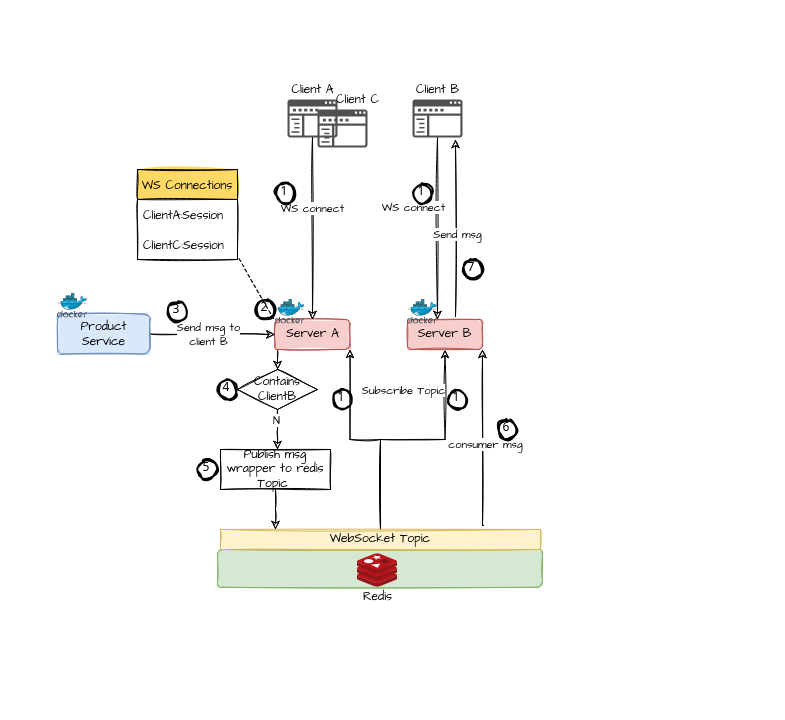
Before: page "Page-4" (4 of 6) of MSP.drawio in yindongjun/gangzhang.github.io, a draw.io diagram. Source tidied: cells renumbered, new cells numbered last; positions are measured from the earlier drawing's top-left corner, leaving out a move shared by most shapes. Both pictures are drawn from the tidied source at 100%, with x=0, y=0 at pixel (57, 79).
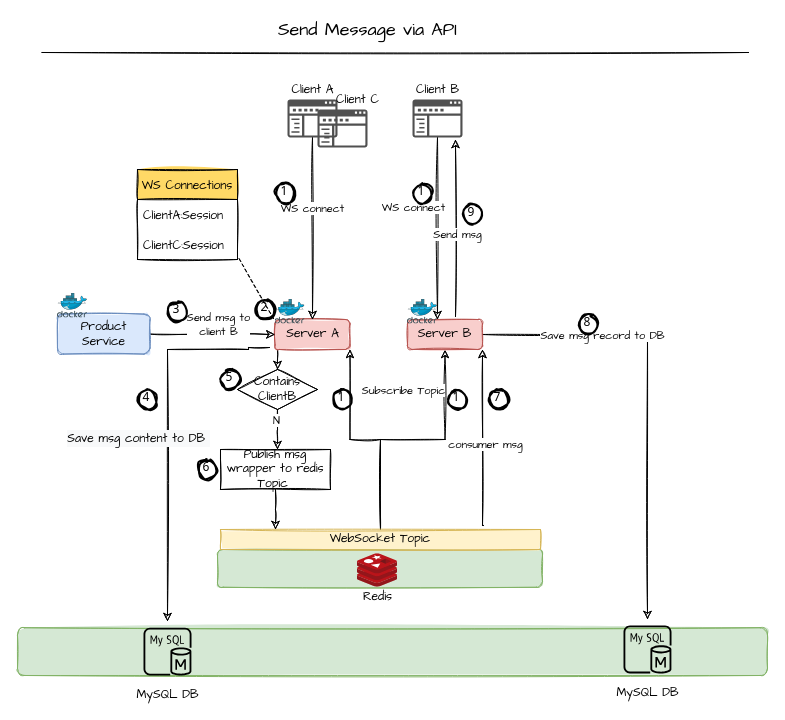
Above is the later version.

The change refers to these unchanged cells:
```xml
<mxCell id="7" value="Server A" style="rounded=1;whiteSpace=wrap;html=1;sketch=1;fontFamily=Comic Sans MS;fillColor=#f8cecc;strokeColor=#b85450;fillStyle=solid;" parent="1" vertex="1">
  <mxGeometry x="217.5" y="240" width="75" height="30" as="geometry" />
</mxCell>
<mxCell id="19" value="Server B" style="rounded=1;whiteSpace=wrap;html=1;sketch=1;fontFamily=Comic Sans MS;fillColor=#f8cecc;strokeColor=#b85450;fillStyle=solid;" parent="1" vertex="1">
  <mxGeometry x="350" y="240" width="75" height="30" as="geometry" />
</mxCell>
<mxCell id="21" style="edgeStyle=orthogonalEdgeStyle;rounded=0;sketch=1;jettySize=auto;html=1;fontFamily=Comic Sans MS;entryX=0;entryY=0.5;entryDx=0;entryDy=0;" parent="1" edge="1" source="23" target="7">
  <mxGeometry relative="1" as="geometry" />
</mxCell>
```

Change to the diagram source:
```diff
@@
+    <mxCell id="51" style="rounded=1;whiteSpace=wrap;html=1;sketch=1;fontFamily=Comic Sans MS;fillColor=#d5e8d4;strokeColor=#82b366;fillStyle=solid;" parent="1" vertex="1">
+      <mxGeometry x="-40" y="548.2" width="750" height="47.8" as="geometry" />
+    </mxCell>
@@
+    <mxCell id="52" style="edgeStyle=orthogonalEdgeStyle;rounded=0;sketch=1;jettySize=auto;html=1;fontFamily=Comic Sans MS;fontSize=18;strokeColor=#000000;exitX=-0.073;exitY=0.933;exitDx=0;exitDy=0;exitPerimeter=0;" parent="1" edge="1" source="7" target="58">
+      <mxGeometry relative="1" as="geometry">
+        <Array as="points">
+          <mxPoint x="191" y="268" />
+          <mxPoint x="191" y="270" />
+          <mxPoint x="110" y="270" />
+        </Array>
+      </mxGeometry>
+    </mxCell>
+    <mxCell id="53" value="&lt;span style=&quot;background-color: rgb(248, 249, 250);&quot;&gt;Save msg content to DB&amp;nbsp;&lt;/span&gt;" style="edgeLabel;html=1;align=center;verticalAlign=middle;fontSize=12;fontFamily=Comic Sans MS;" parent="52" vertex="1">
+      <mxGeometry x="0.01" y="-4" relative="1" as="geometry">
+        <mxPoint x="-26" y="4" as="offset" />
+      </mxGeometry>
+    </mxCell>
@@
+    <mxCell id="54" style="edgeStyle=orthogonalEdgeStyle;rounded=0;sketch=1;jettySize=auto;html=1;fontFamily=Comic Sans MS;strokeColor=#000000;" parent="1" edge="1" source="19" target="56">
+      <mxGeometry relative="1" as="geometry" />
+    </mxCell>
+    <mxCell id="55" value="Save msg record to DB" style="edgeLabel;html=1;align=center;verticalAlign=middle;fontFamily=Comic Sans MS;" parent="54" vertex="1">
+      <mxGeometry x="-0.49" y="-1" relative="1" as="geometry">
+        <mxPoint x="4" y="-1" as="offset" />
+      </mxGeometry>
+    </mxCell>
@@
     <mxCell id="22" value="Send msg to &lt;br&gt;client B" style="edgeLabel;html=1;align=center;verticalAlign=middle;fontFamily=Comic Sans MS;" parent="21" vertex="1">
       <mxGeometry x="-0.42" y="2" relative="1" as="geometry">
-        <mxPoint x="22" y="2" as="offset" />
+        <mxPoint x="32" y="-8" as="offset" />
       </mxGeometry>
     </mxCell>
@@
     <mxCell id="47" value="4" style="ellipse;whiteSpace=wrap;html=1;strokeWidth=2;fontFamily=Tahoma;spacingBottom=4;spacingRight=2;sketch=1;fillStyle=solid;fillColor=none;" parent="1" vertex="1">
-      <mxGeometry x="160" y="300" width="20" height="20" as="geometry" />
+      <mxGeometry x="80" y="310" width="20" height="20" as="geometry" />
     </mxCell>
     <mxCell id="48" value="5" style="ellipse;whiteSpace=wrap;html=1;strokeWidth=2;fontFamily=Tahoma;spacingBottom=4;spacingRight=2;sketch=1;fillStyle=solid;fillColor=none;" parent="1" vertex="1">
-      <mxGeometry x="140" y="380" width="20" height="20" as="geometry" />
+      <mxGeometry x="163" y="290" width="20" height="20" as="geometry" />
     </mxCell>
     <mxCell id="49" value="6" style="ellipse;whiteSpace=wrap;html=1;strokeWidth=2;fontFamily=Tahoma;spacingBottom=4;spacingRight=2;sketch=1;fillStyle=solid;fillColor=none;" parent="1" vertex="1">
-      <mxGeometry x="440" y="340" width="20" height="20" as="geometry" />
+      <mxGeometry x="140" y="380" width="20" height="20" as="geometry" />
     </mxCell>
     <mxCell id="50" value="7" style="ellipse;whiteSpace=wrap;html=1;strokeWidth=2;fontFamily=Tahoma;spacingBottom=4;spacingRight=2;sketch=1;fillStyle=solid;fillColor=none;" parent="1" vertex="1">
-      <mxGeometry x="405" y="180" width="20" height="20" as="geometry" />
+      <mxGeometry x="431" y="310" width="20" height="20" as="geometry" />
     </mxCell>
+    <mxCell id="56" value="MySQL DB" style="sketch=0;outlineConnect=0;fillColor=none;dashed=0;verticalLabelPosition=bottom;verticalAlign=top;align=center;html=1;fontSize=12;fontStyle=0;shape=mxgraph.aws4.resourceIcon;resIcon=mxgraph.aws4.mysql_db_instance;fillStyle=solid;fontFamily=Comic Sans MS;" parent="1" vertex="1">
+      <mxGeometry x="560" y="540" width="60" height="60" as="geometry" />
+    </mxCell>
+    <mxCell id="57" value="8" style="ellipse;whiteSpace=wrap;html=1;strokeWidth=2;fontFamily=Tahoma;spacingBottom=4;spacingRight=2;sketch=1;fillStyle=solid;fillColor=none;" parent="1" vertex="1">
+      <mxGeometry x="521" y="234.6" width="20" height="20" as="geometry" />
+    </mxCell>
+    <mxCell id="58" value="MySQL DB" style="sketch=0;outlineConnect=0;fillColor=none;dashed=0;verticalLabelPosition=bottom;verticalAlign=top;align=center;html=1;fontSize=12;fontStyle=0;shape=mxgraph.aws4.resourceIcon;resIcon=mxgraph.aws4.mysql_db_instance;fillStyle=solid;fontFamily=Comic Sans MS;" parent="1" vertex="1">
+      <mxGeometry x="80" y="542.1" width="60" height="60" as="geometry" />
+    </mxCell>
+    <mxCell id="59" value="&lt;font style=&quot;font-size: 18px;&quot;&gt;Send Message via API&lt;/font&gt;" style="text;html=1;align=center;verticalAlign=middle;fillColor=none;fontFamily=Comic Sans MS;" parent="1" vertex="1">
+      <mxGeometry x="210" y="-60" width="200" height="20" as="geometry" />
+    </mxCell>
+    <mxCell id="60" style="endArrow=none;html=1;rounded=0;sketch=1;fontFamily=Comic Sans MS;fontSize=18;strokeColor=#000000;" parent="1" edge="1">
+      <mxGeometry relative="1" as="geometry">
+        <mxPoint x="-15.5" y="-27" as="sourcePoint" />
+        <mxPoint x="691" y="-27" as="targetPoint" />
+      </mxGeometry>
+    </mxCell>
+    <mxCell id="61" value="9" style="ellipse;whiteSpace=wrap;html=1;strokeWidth=2;fontFamily=Tahoma;spacingBottom=4;spacingRight=2;sketch=1;fillStyle=solid;fontSize=12;fillColor=none;" parent="1" vertex="1">
+      <mxGeometry x="405" y="125" width="20" height="20" as="geometry" />
+    </mxCell>
```
